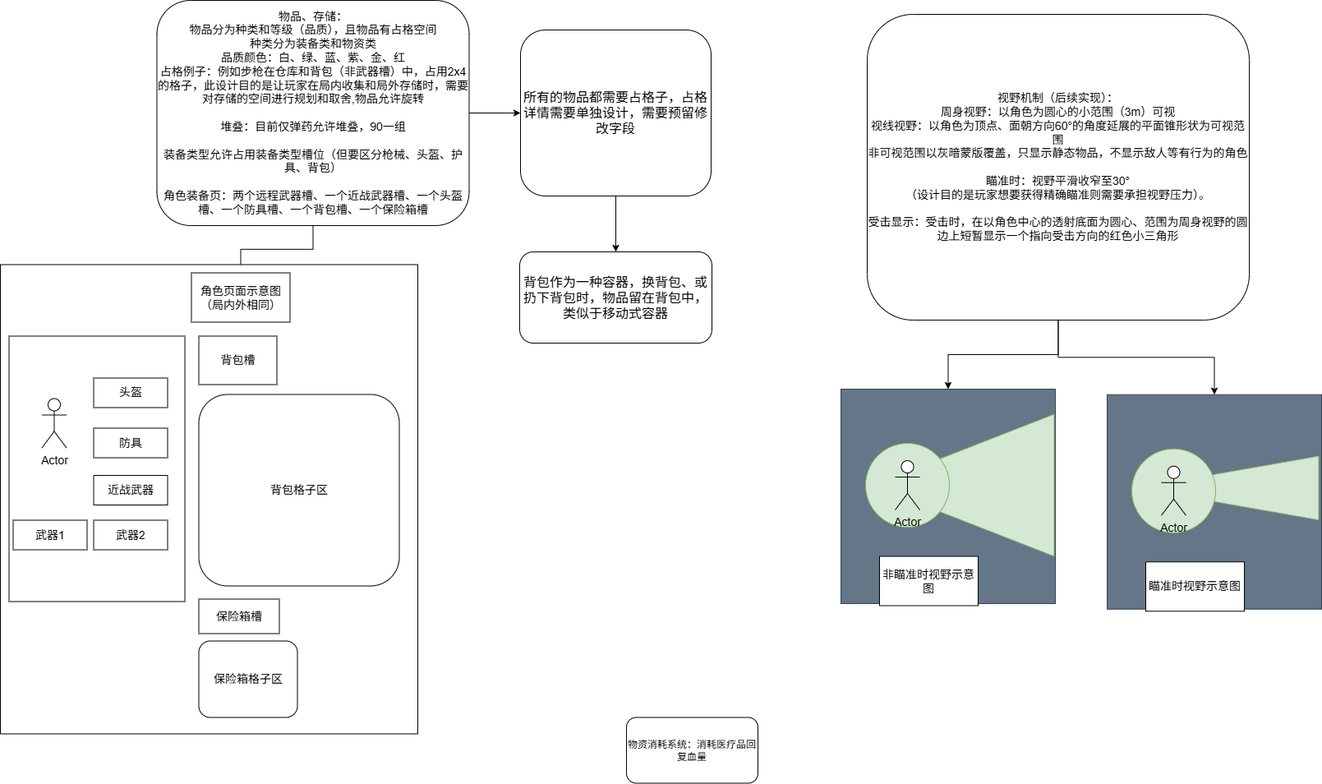
Above: assets/img/project/mechanics-items-vision.png in JackieOhGee/jackieohgee.github.io (draw.io), before the change. Source tidied: cells renumbered, new cells last; positions are measured from the earlier drawing's top-left corner, leaving out a move shared by most shapes.
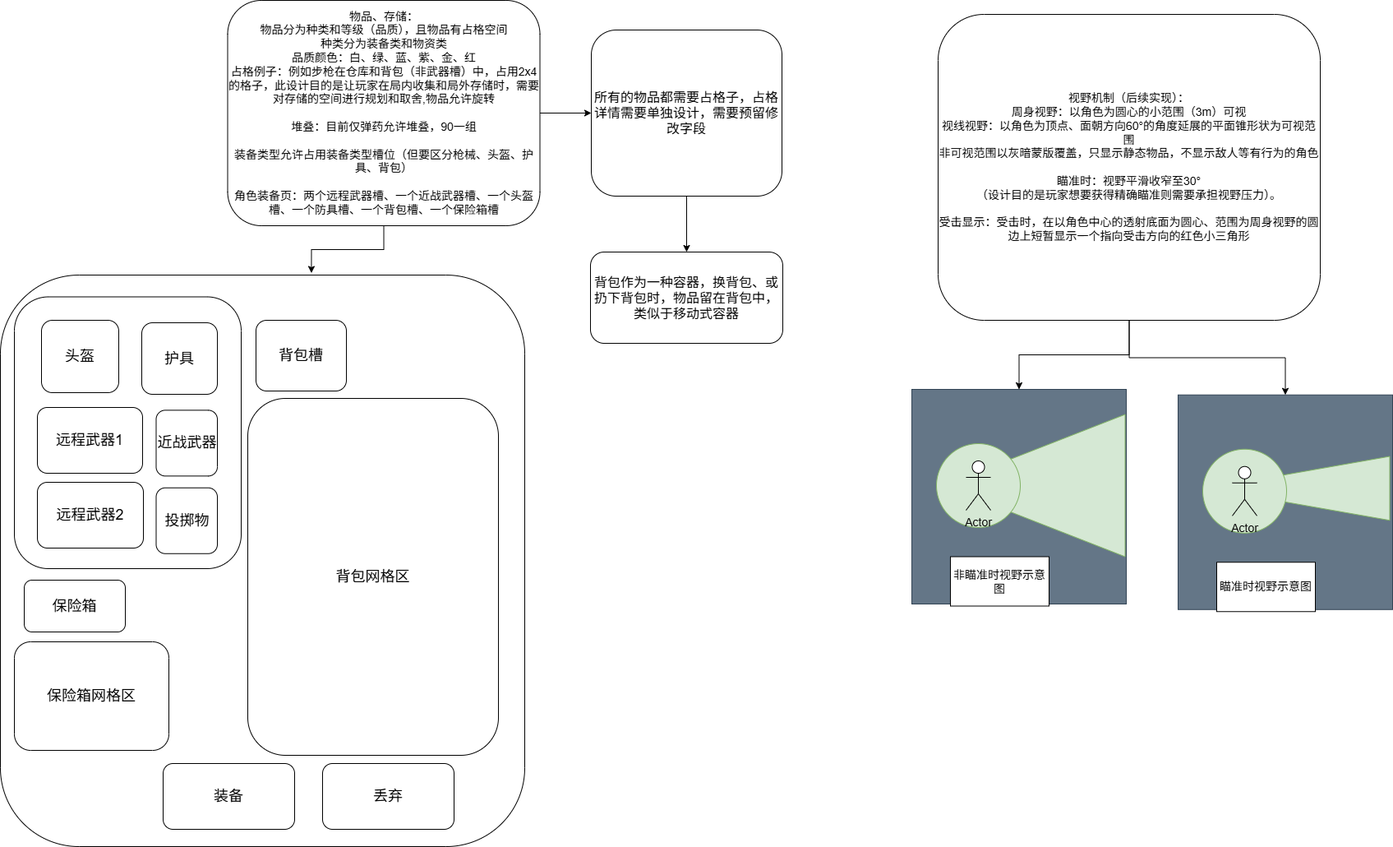
The same diagram one commit later.

Change to the diagram source:
```diff
@@ -26,8 +26,10 @@
     <mxCell id="9" value="非瞄准时视野示意图" style="rounded=0;whiteSpace=wrap;html=1;fontSize=14;" parent="1" vertex="1">
       <mxGeometry x="1070" y="676.5" width="120" height="60" as="geometry" />
     </mxCell>
-    <mxCell id="10" style="edgeStyle=orthogonalEdgeStyle;rounded=0;jettySize=auto;html=1;fontSize=14;" parent="1" edge="1" source="12" target="14">
-      <mxGeometry relative="1" as="geometry" />
+    <mxCell id="10" style="edgeStyle=orthogonalEdgeStyle;rounded=0;jettySize=auto;html=1;fontSize=14;" parent="1" edge="1" source="12">
+      <mxGeometry relative="1" as="geometry">
+        <mxPoint x="292.4" y="331.5" as="targetPoint" />
+      </mxGeometry>
     </mxCell>
     <mxCell id="11" style="edgeStyle=orthogonalEdgeStyle;rounded=0;jettySize=auto;html=1;fontSize=16;" parent="1" edge="1" source="12" target="32">
       <mxGeometry relative="1" as="geometry" />
@@ -35,45 +37,6 @@
     <mxCell id="12" value="&lt;font style=&quot;font-size: 14px&quot;&gt;物品、存储：&lt;br style=&quot;font-size: 14px&quot;&gt;物品分为种类和等级（品质），且物品有占格空间&lt;br style=&quot;font-size: 14px&quot;&gt;种类分为装备类和物资类&lt;br style=&quot;font-size: 14px&quot;&gt;品质颜色：白、绿、蓝、紫、金、红&lt;br style=&quot;font-size: 14px&quot;&gt;占格例子：例如步枪在仓库和背包（非武器槽）中，占用2x4的格子，此设计目的是让玩家在局内收集和局外存储时，需要对存储的空间进行规划和取舍,物品允许旋转&lt;br style=&quot;font-size: 14px&quot;&gt;&lt;br style=&quot;font-size: 14px&quot;&gt;堆叠：目前仅弹药允许堆叠，90一组&lt;br style=&quot;font-size: 14px&quot;&gt;&lt;br style=&quot;font-size: 14px&quot;&gt;装备类型允许占用装备类型槽位（但要区分枪械、头盔、护具、背包）&lt;br style=&quot;font-size: 14px&quot;&gt;&lt;br style=&quot;font-size: 14px&quot;&gt;角色装备页：两个远程武器槽、一个近战武器槽、一个头盔槽、一个防具槽、一个背包槽、一个保险箱槽&lt;/font&gt;" style="rounded=1;whiteSpace=wrap;html=1;fontSize=14;" parent="1" vertex="1">
       <mxGeometry x="190.5" width="380" height="274" as="geometry" />
     </mxCell>
-    <mxCell id="13" style="rounded=0;whiteSpace=wrap;html=1;fontSize=14;" parent="1" vertex="1">
-      <mxGeometry y="321.5" width="508" height="571" as="geometry" />
-    </mxCell>
-    <mxCell id="14" value="角色页面示意图（局内外相同）" style="rounded=0;whiteSpace=wrap;html=1;fontSize=14;" parent="1" vertex="1">
-      <mxGeometry x="232.5" y="331.5" width="120" height="60" as="geometry" />
-    </mxCell>
-    <mxCell id="15" style="rounded=0;whiteSpace=wrap;html=1;fontSize=14;" parent="1" vertex="1">
-      <mxGeometry x="10.5" y="408.5" width="214" height="323" as="geometry" />
-    </mxCell>
-    <mxCell id="16" value="武器1" style="rounded=0;whiteSpace=wrap;html=1;fontSize=14;" parent="1" vertex="1">
-      <mxGeometry x="15.5" y="632.5" width="90" height="36" as="geometry" />
-    </mxCell>
-    <mxCell id="17" value="Actor" style="shape=umlActor;verticalLabelPosition=bottom;verticalAlign=top;html=1;fontSize=14;" parent="1" vertex="1">
-      <mxGeometry x="50.5" y="484.5" width="30" height="60" as="geometry" />
-    </mxCell>
-    <mxCell id="18" value="武器2" style="rounded=0;whiteSpace=wrap;html=1;fontSize=14;" parent="1" vertex="1">
-      <mxGeometry x="113.5" y="632.5" width="90" height="36" as="geometry" />
-    </mxCell>
-    <mxCell id="19" value="防具" style="rounded=0;whiteSpace=wrap;html=1;fontSize=14;" parent="1" vertex="1">
-      <mxGeometry x="113.5" y="520.5" width="90" height="36" as="geometry" />
-    </mxCell>
-    <mxCell id="20" value="头盔" style="rounded=0;whiteSpace=wrap;html=1;fontSize=14;" parent="1" vertex="1">
-      <mxGeometry x="113.5" y="459.5" width="90" height="36" as="geometry" />
-    </mxCell>
-    <mxCell id="21" value="背包槽" style="rounded=0;whiteSpace=wrap;html=1;fontSize=14;" parent="1" vertex="1">
-      <mxGeometry x="241.5" y="408.5" width="95" height="59" as="geometry" />
-    </mxCell>
-    <mxCell id="22" value="背包格子区" style="rounded=1;whiteSpace=wrap;html=1;fontSize=14;" parent="1" vertex="1">
-      <mxGeometry x="241.5" y="479.5" width="244" height="233" as="geometry" />
-    </mxCell>
-    <mxCell id="23" value="保险箱槽" style="rounded=0;whiteSpace=wrap;html=1;fontSize=14;" parent="1" vertex="1">
-      <mxGeometry x="241.5" y="728.5" width="98" height="42" as="geometry" />
-    </mxCell>
-    <mxCell id="24" value="保险箱格子区" style="rounded=1;whiteSpace=wrap;html=1;fontSize=14;" parent="1" vertex="1">
-      <mxGeometry x="241.5" y="779.5" width="120" height="93" as="geometry" />
-    </mxCell>
-    <mxCell id="25" value="近战武器" style="rounded=0;whiteSpace=wrap;html=1;fontSize=14;" parent="1" vertex="1">
-      <mxGeometry x="113.5" y="578" width="90" height="36" as="geometry" />
-    </mxCell>
     <mxCell id="26" style="whiteSpace=wrap;html=1;fontSize=14;fillColor=#647687;strokeColor=#314354;fontColor=#ffffff;" parent="1" vertex="1">
       <mxGeometry x="1347" y="479.8" width="261" height="261" as="geometry" />
     </mxCell>
@@ -98,8 +61,47 @@
     <mxCell id="33" value="背包作为一种容器，换背包、或扔下背包时，物品留在背包中，类似于移动式容器" style="rounded=1;whiteSpace=wrap;html=1;fontSize=16;" parent="1" vertex="1">
       <mxGeometry x="632" y="306" width="234" height="111" as="geometry" />
     </mxCell>
-    <mxCell id="34" value="物资消耗系统：消耗医疗品回复血量" style="rounded=1;whiteSpace=wrap;html=1;" parent="1" vertex="1">
-      <mxGeometry x="762" y="872.5" width="160" height="80" as="geometry" />
-    </mxCell>
+    <mxCell id="35" style="rounded=1;whiteSpace=wrap;html=1;" parent="1" vertex="1">
+      <mxGeometry x="-86" y="334" width="638" height="695" as="geometry" />
+    </mxCell>
+    <mxCell id="36" style="rounded=1;whiteSpace=wrap;html=1;fontSize=18;" parent="1" vertex="1">
+      <mxGeometry x="-69" y="360.5" width="276" height="330.5" as="geometry" />
+    </mxCell>
+    <mxCell id="20" value="&lt;font style=&quot;font-size: 18px&quot;&gt;头盔&lt;/font&gt;" style="rounded=1;whiteSpace=wrap;html=1;" parent="1" vertex="1">
+      <mxGeometry x="-36" y="389" width="94" height="88" as="geometry" />
+    </mxCell>
+    <mxCell id="37" value="&lt;font style=&quot;font-size: 18px&quot;&gt;护具&lt;/font&gt;" style="rounded=1;whiteSpace=wrap;html=1;" parent="1" vertex="1">
+      <mxGeometry x="86" y="392" width="92" height="87" as="geometry" />
+    </mxCell>
+    <mxCell id="38" value="远程武器1" style="rounded=1;whiteSpace=wrap;html=1;fontSize=18;" parent="1" vertex="1">
+      <mxGeometry x="-41" y="495" width="128" height="80" as="geometry" />
+    </mxCell>
+    <mxCell id="39" value="远程武器2" style="rounded=1;whiteSpace=wrap;html=1;fontSize=18;" parent="1" vertex="1">
+      <mxGeometry x="-41" y="586" width="129" height="80" as="geometry" />
+    </mxCell>
+    <mxCell id="21" value="背包槽" style="rounded=1;whiteSpace=wrap;html=1;fontSize=18;" parent="1" vertex="1">
+      <mxGeometry x="225" y="389" width="110" height="86" as="geometry" />
+    </mxCell>
+    <mxCell id="25" value="近战武器" style="rounded=1;whiteSpace=wrap;html=1;fontSize=18;" parent="1" vertex="1">
+      <mxGeometry x="103.5" y="498.4" width="74.5" height="80" as="geometry" />
+    </mxCell>
+    <mxCell id="40" value="保险箱" style="rounded=1;whiteSpace=wrap;html=1;fontSize=18;" parent="1" vertex="1">
+      <mxGeometry x="-57" y="705" width="123" height="63" as="geometry" />
+    </mxCell>
+    <mxCell id="41" value="保险箱网格区" style="rounded=1;whiteSpace=wrap;html=1;fontSize=18;" parent="1" vertex="1">
+      <mxGeometry x="-69" y="780" width="188" height="132" as="geometry" />
+    </mxCell>
+    <mxCell id="42" value="背包网格区" style="rounded=1;whiteSpace=wrap;html=1;fontSize=18;" parent="1" vertex="1">
+      <mxGeometry x="215" y="484" width="305" height="434" as="geometry" />
+    </mxCell>
+    <mxCell id="43" value="投掷物" style="rounded=1;whiteSpace=wrap;html=1;fontSize=18;" parent="1" vertex="1">
+      <mxGeometry x="103.5" y="592.8" width="74.5" height="80" as="geometry" />
+    </mxCell>
+    <mxCell id="44" value="丢弃" style="rounded=1;whiteSpace=wrap;html=1;fontSize=18;" parent="1" vertex="1">
+      <mxGeometry x="306" y="928" width="160" height="80" as="geometry" />
+    </mxCell>
+    <mxCell id="45" value="装备" style="rounded=1;whiteSpace=wrap;html=1;fontSize=18;" parent="1" vertex="1">
+      <mxGeometry x="112" y="928" width="160" height="80" as="geometry" />
+    </mxCell>
   </root>
 </mxGraphModel>
```
